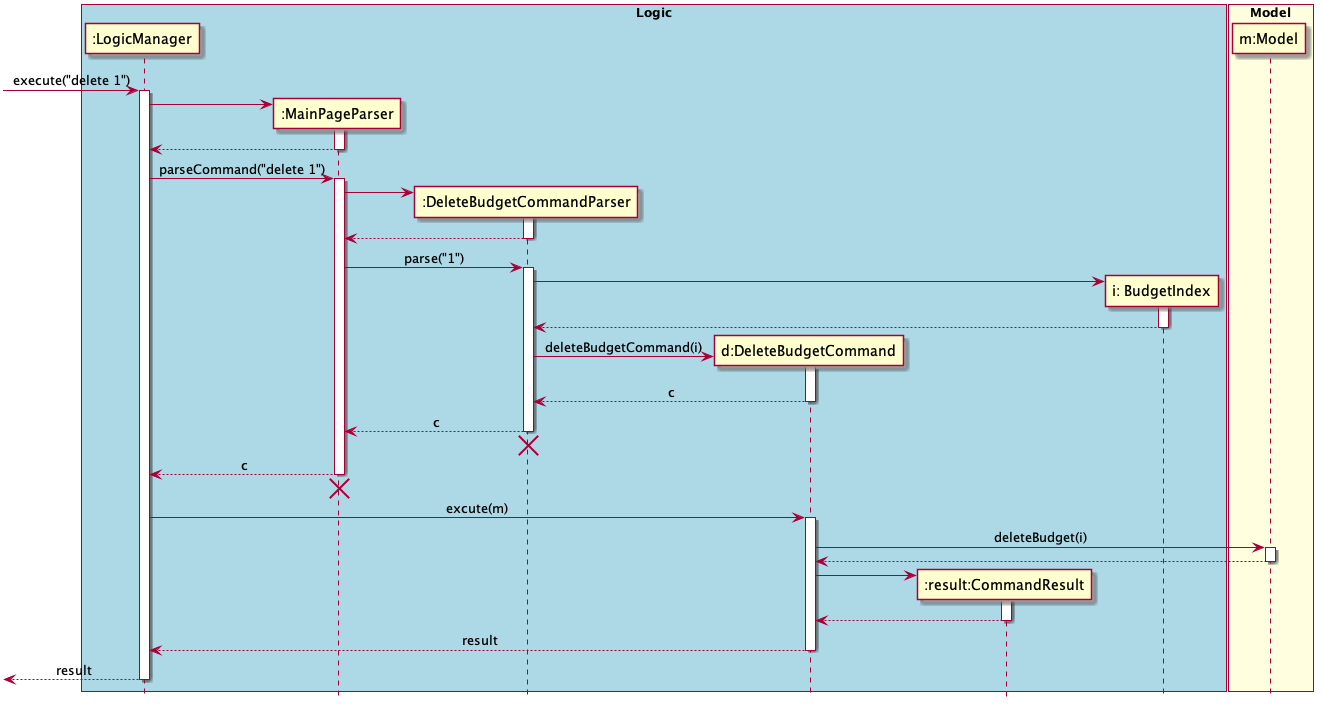
Above: docs/diagrams/commandsPlantUML/diagram/DeleteBudgetCommand.png in yu-ming-chen/tp (PlantUML), before the change.
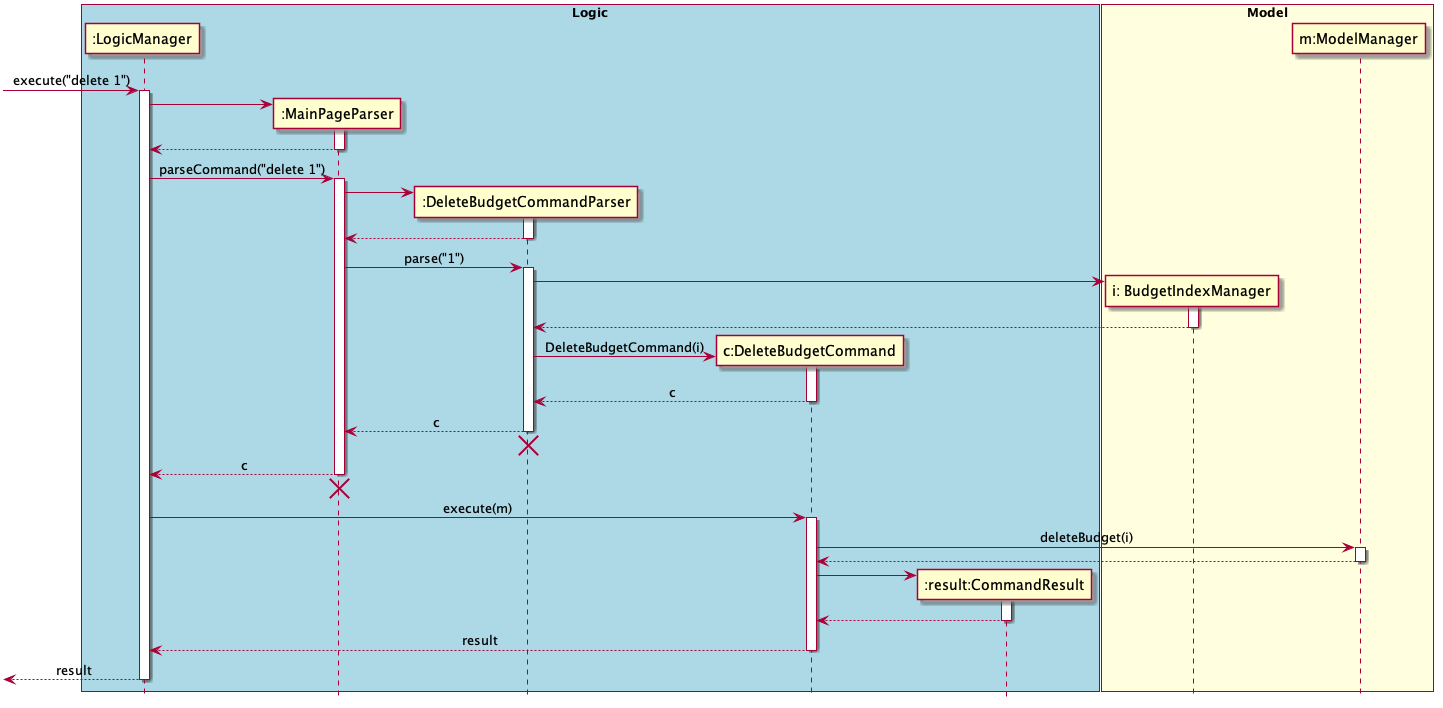
Above is the later version.

What changed in the source:
```diff
@@ -7,14 +7,13 @@
 participant ":LogicManager" as LM
 participant ":MainPageParser" as MPP
 participant ":DeleteBudgetCommandParser" as DBCP
-participant "d:DeleteBudgetCommand" as DBC
+participant "c:DeleteBudgetCommand" as DBC
 participant ":result:CommandResult" as CR
-participant "i: BudgetIndex" as BI
-
 end box
 
 box "Model" #LightYellow
-participant "m:Model" as M
+participant "i: BudgetIndexManager" as BI
+participant "m:ModelManager" as M
 end box
 
 [-> LM : execute("delete 1")
@@ -42,7 +41,7 @@
 deactivate BI
 
 create DBC
-DBCP -> DBC : deleteBudgetCommand(i)
+DBCP -> DBC : DeleteBudgetCommand(i)
 activate DBC
 DBCP <-- DBC : c
 deactivate DBC
@@ -57,7 +56,7 @@
 LM <-[hidden]- MPP
 destroy MPP
 
-LM -> DBC : excute(m)
+LM -> DBC : execute(m)
 activate DBC
 DBC -> M : deleteBudget(i)
 activate M
```
